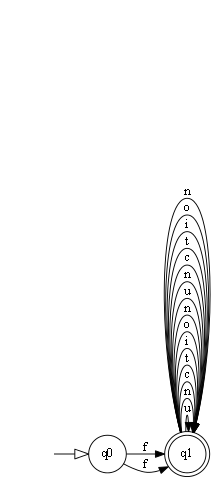
cgomez29/OLC1_Proyecto1_-201801480 keeps this Graphviz diagram as x.gv.png. Above is the earlier version. Its source is kept beside it as x.gv.
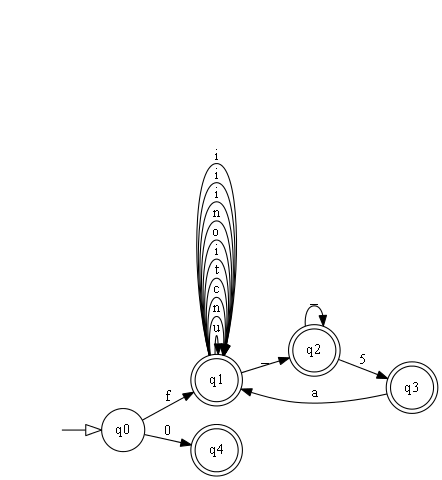
After the change.

Diff of the diagram source:
```diff
@@ -11,16 +11,16 @@
 	q1
 	q1
 	q1
+	q2
+	q2
+	q3
 	q1
 	q1
 	q1
 	q1
-	q1
-	q1
-	q1
-	q1
+	q4
 	q0 -> q1 [label=f]
-	q0 -> q1 [label=f]
+	q0 -> q4 [label=0]
 	q1 -> q1 [label=u]
 	q1 -> q1 [label=n]
 	q1 -> q1 [label=c]
@@ -28,13 +28,13 @@
 	q1 -> q1 [label=i]
 	q1 -> q1 [label=o]
 	q1 -> q1 [label=n]
-	q1 -> q1 [label=u]
-	q1 -> q1 [label=n]
-	q1 -> q1 [label=c]
-	q1 -> q1 [label=t]
+	q1 -> q2 [label=_]
 	q1 -> q1 [label=i]
-	q1 -> q1 [label=o]
-	q1 -> q1 [label=n]
+	q1 -> q1 [label=i]
+	q1 -> q1 [label=i]
+	q2 -> q2 [label=_]
+	q2 -> q3 [label=5]
+	q3 -> q1 [label=a]
 	node [shape=none]
 	edge [arrowhead=empty arrowsize=1.5]
 	"" -> q0
```
